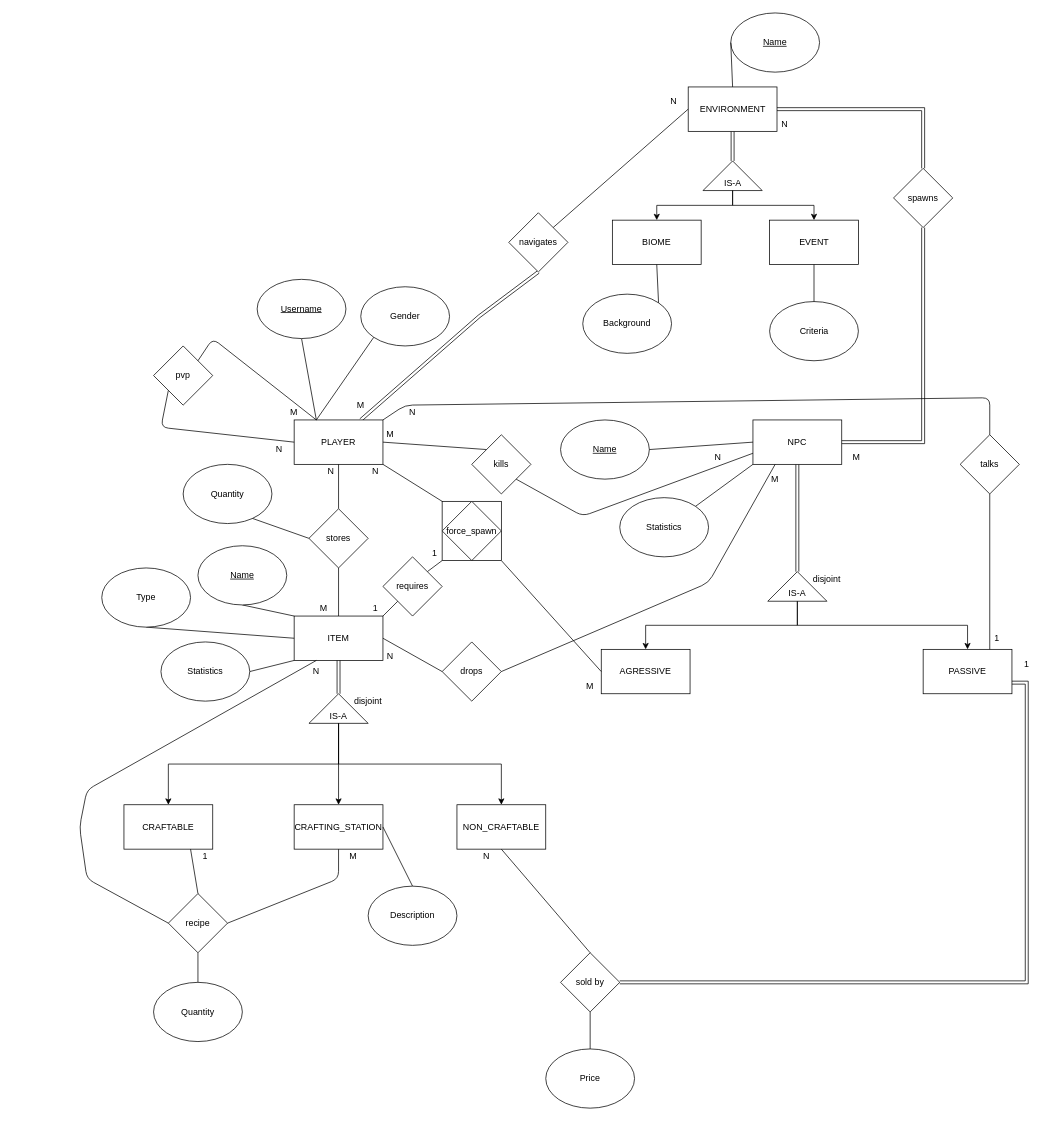
Before: TerrariaER.drawio in ahridesu/guioes-BD, a draw.io diagram. Source tidied: cells renumbered, new cells numbered last; positions are measured from the earlier drawing's top-left corner, leaving out a move shared by most shapes. Both pictures are drawn from the tidied source at 74%, with x=0, y=0 at pixel (79, 13).
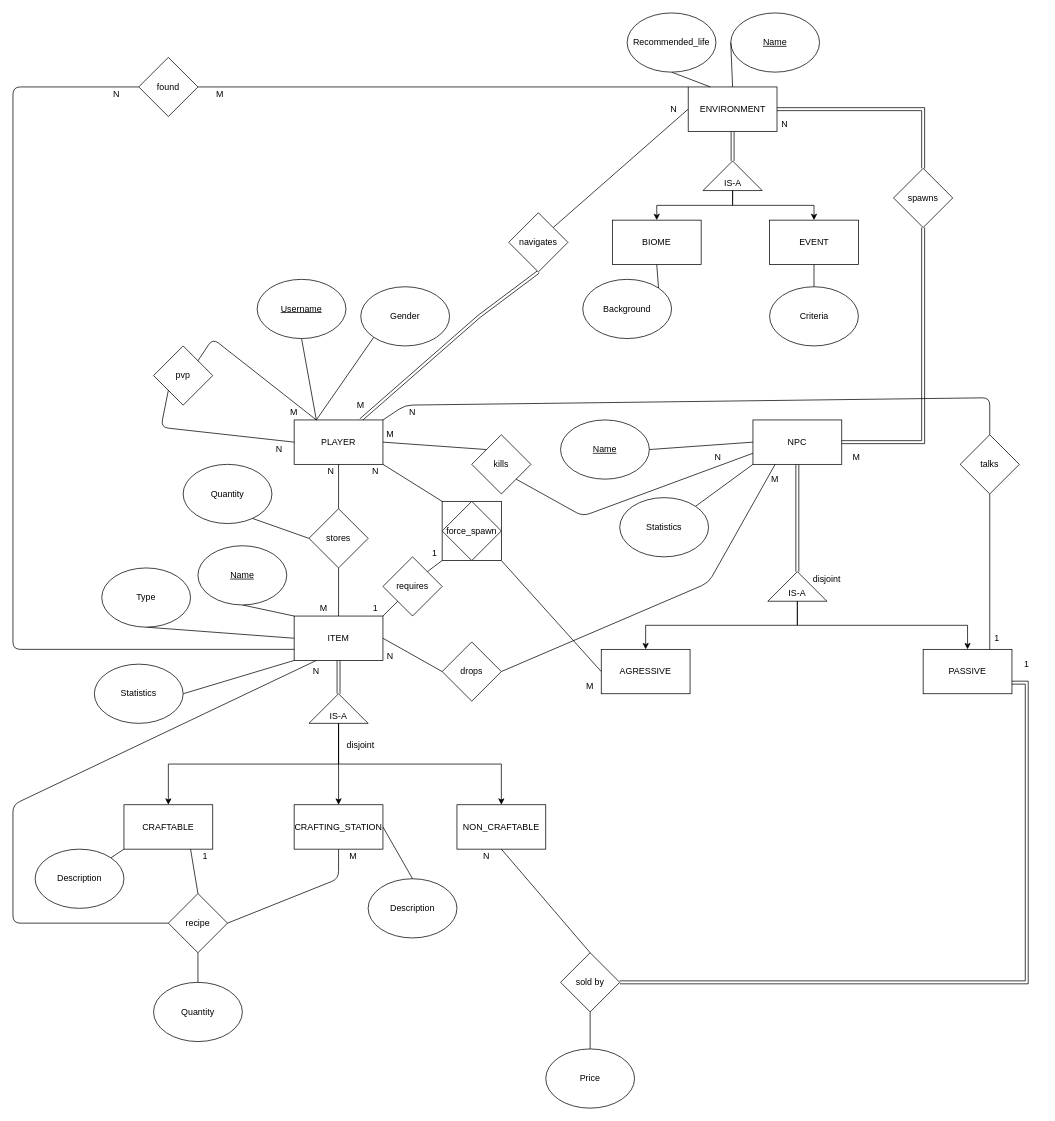
After the change.

Unchanged cells that the change refers to:
```xml
<mxCell id="8" value="ITEM" style="rounded=0;whiteSpace=wrap;html=1;" parent="1" vertex="1">
  <mxGeometry x="290" y="815" width="120" height="60" as="geometry" />
</mxCell>
<mxCell id="25" value="CRAFTABLE" style="rounded=0;whiteSpace=wrap;html=1;" parent="1" vertex="1">
  <mxGeometry x="60" y="1070" width="120" height="60" as="geometry" />
</mxCell>
<mxCell id="28" value="recipe" style="rhombus;whiteSpace=wrap;html=1;" parent="1" vertex="1">
  <mxGeometry x="120" y="1190" width="80" height="80" as="geometry" />
</mxCell>
<mxCell id="69" value="ENVIRONMENT" style="rounded=0;whiteSpace=wrap;html=1;" parent="1" vertex="1">
  <mxGeometry x="822.5" y="100" width="120" height="60" as="geometry" />
</mxCell>
```

Diff of the diagram source:
```diff
@@
     <mxCell id="16" value="Statistics" style="ellipse;whiteSpace=wrap;html=1;" parent="1" vertex="1">
-      <mxGeometry x="110" y="850" width="120" height="80" as="geometry" />
+      <mxGeometry x="20" y="880" width="120" height="80" as="geometry" />
     </mxCell>
@@
     <mxCell id="29" style="endArrow=none;html=1;entryX=0.25;entryY=1;entryDx=0;entryDy=0;exitX=0;exitY=0.5;exitDx=0;exitDy=0;" parent="1" edge="1" source="28" target="8">
       <mxGeometry relative="1" as="geometry">
         <Array as="points">
-          <mxPoint x="10" y="1170" />
-          <mxPoint y="1100" />
-          <mxPoint x="10" y="1050" />
+          <mxPoint x="-90" y="1230" />
+          <mxPoint x="-90" y="1070" />
         </Array>
       </mxGeometry>
     </mxCell>
@@
     <mxCell id="35" value="Description" style="ellipse;whiteSpace=wrap;html=1;" parent="1" vertex="1">
-      <mxGeometry x="390" y="1180" width="120" height="80" as="geometry" />
+      <mxGeometry x="390" y="1170" width="120" height="80" as="geometry" />
     </mxCell>
@@
     <mxCell id="45" value="disjoint" style="text;html=1;strokeColor=none;fillColor=none;align=center;verticalAlign=middle;whiteSpace=wrap;rounded=0;" parent="1" vertex="1">
-      <mxGeometry x="370" y="920" width="40" height="20" as="geometry" />
+      <mxGeometry x="360" y="980" width="40" height="20" as="geometry" />
     </mxCell>
@@
     <mxCell id="99" value="N" style="text;html=1;strokeColor=none;fillColor=none;align=center;verticalAlign=middle;whiteSpace=wrap;rounded=0;" parent="1" vertex="1">
-      <mxGeometry x="783" y="110" width="40" height="20" as="geometry" />
+      <mxGeometry x="782.5" y="120" width="40" height="20" as="geometry" />
     </mxCell>
@@
     <mxCell id="101" value="Background" style="ellipse;whiteSpace=wrap;html=1;" parent="1" vertex="1">
-      <mxGeometry x="680" y="380" width="120" height="80" as="geometry" />
+      <mxGeometry x="680" y="360" width="120" height="80" as="geometry" />
     </mxCell>
@@
     <mxCell id="103" value="Criteria" style="ellipse;whiteSpace=wrap;html=1;" parent="1" vertex="1">
-      <mxGeometry x="932.5" y="390" width="120" height="80" as="geometry" />
+      <mxGeometry x="932.5" y="370" width="120" height="80" as="geometry" />
     </mxCell>
@@
+    <mxCell id="117" style="endArrow=none;html=1;entryX=0;entryY=1;entryDx=0;entryDy=0;exitX=1;exitY=0;exitDx=0;exitDy=0;" parent="1" edge="1" source="118" target="25">
+      <mxGeometry relative="1" as="geometry" />
+    </mxCell>
+    <mxCell id="118" value="Description" style="ellipse;whiteSpace=wrap;html=1;" parent="1" vertex="1">
+      <mxGeometry x="-60" y="1130" width="120" height="80" as="geometry" />
+    </mxCell>
+    <mxCell id="119" style="endArrow=none;html=1;exitX=0.25;exitY=0;exitDx=0;exitDy=0;entryX=0.5;entryY=1;entryDx=0;entryDy=0;" parent="1" edge="1" source="69" target="120">
+      <mxGeometry relative="1" as="geometry" />
+    </mxCell>
+    <mxCell id="120" value="Recommended_life" style="ellipse;whiteSpace=wrap;html=1;" parent="1" vertex="1">
+      <mxGeometry x="740" width="120" height="80" as="geometry" />
+    </mxCell>
+    <mxCell id="121" style="endArrow=none;html=1;entryX=0;entryY=0.75;entryDx=0;entryDy=0;exitX=0;exitY=0.5;exitDx=0;exitDy=0;" parent="1" edge="1" source="122" target="8">
+      <mxGeometry relative="1" as="geometry">
+        <Array as="points">
+          <mxPoint x="-90" y="100" />
+          <mxPoint x="-90" y="860" />
+        </Array>
+      </mxGeometry>
+    </mxCell>
+    <mxCell id="122" value="found" style="rhombus;whiteSpace=wrap;html=1;" parent="1" vertex="1">
+      <mxGeometry x="80" y="60" width="80" height="80" as="geometry" />
+    </mxCell>
+    <mxCell id="123" style="endArrow=none;html=1;exitX=1;exitY=0.5;exitDx=0;exitDy=0;entryX=0;entryY=0;entryDx=0;entryDy=0;" parent="1" edge="1" source="122" target="69">
+      <mxGeometry relative="1" as="geometry" />
+    </mxCell>
+    <mxCell id="124" value="N" style="text;html=1;strokeColor=none;fillColor=none;align=center;verticalAlign=middle;whiteSpace=wrap;rounded=0;" parent="1" vertex="1">
+      <mxGeometry x="30" y="100" width="40" height="20" as="geometry" />
+    </mxCell>
+    <mxCell id="125" value="M" style="text;html=1;strokeColor=none;fillColor=none;align=center;verticalAlign=middle;whiteSpace=wrap;rounded=0;" parent="1" vertex="1">
+      <mxGeometry x="170" y="100" width="40" height="20" as="geometry" />
+    </mxCell>
```
